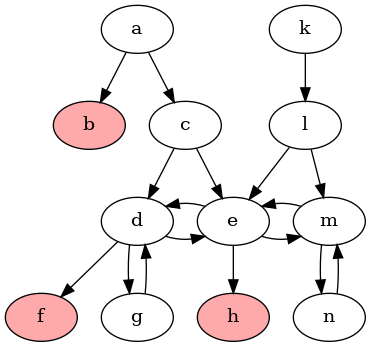
Before: output/state_0.0_graph.png, a diagram exported from Graphviz (idaks/Games-and-Argumentation). Its source is kept beside it as output/state_0.0_graph.dot.
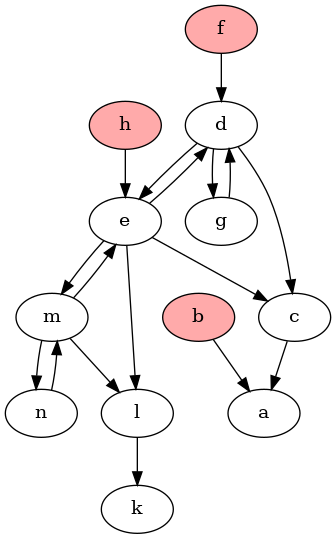
The same file after the commit.

Diff of the diagram source:
```diff
@@ -1,26 +1,25 @@
 strict digraph "" {
 	b	[fillcolor="#FFAAAA",
 		style=filled];
-	a -> b;
-	a -> c;
-	c -> d;
-	c -> e;
-	k -> l;
-	l -> e;
-	l -> m;
+	b -> a;
+	c -> a;
+	l -> k;
+	d -> c;
 	d -> e;
+	d -> g;
+	e -> c;
+	e -> l;
+	e -> d;
+	e -> m;
+	m -> l;
+	m -> e;
+	m -> n;
 	f	[fillcolor="#FFAAAA",
 		style=filled];
-	d -> f;
-	d -> g;
-	e -> d;
-	e -> m;
+	f -> d;
+	g -> d;
 	h	[fillcolor="#FFAAAA",
 		style=filled];
-	e -> h;
-	m -> e;
-	m -> n;
-	g -> d;
+	h -> e;
 	n -> m;
-{rank=same; "d" "e" "m"}
 }
```
